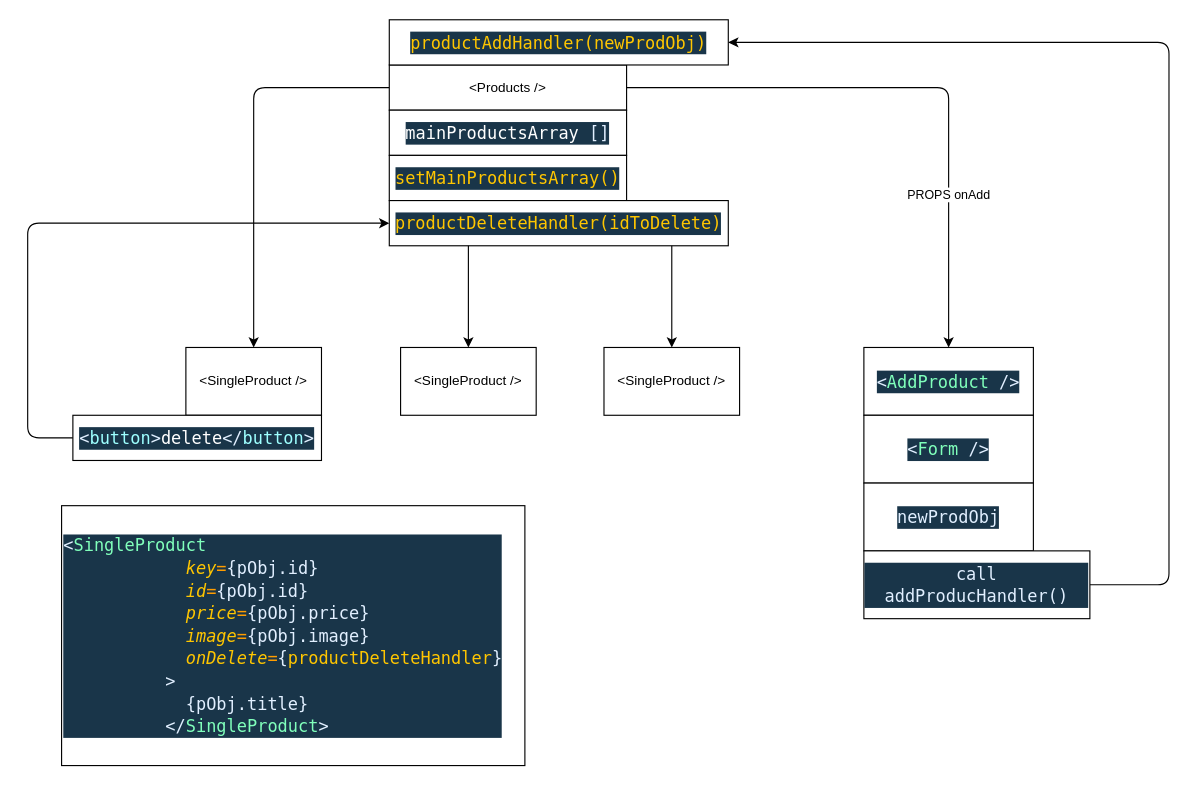
Above: draw.drawio in MariusCodeAcademy/feu2-07_r_useEffect_customHook (draw.io), before the change. Source tidied: cells renumbered, new cells numbered last; positions are measured from the earlier drawing's top-left corner, leaving out a move shared by most shapes. Both pictures are drawn from the tidied source at 113%, with x=0, y=0 at pixel (27, 19).
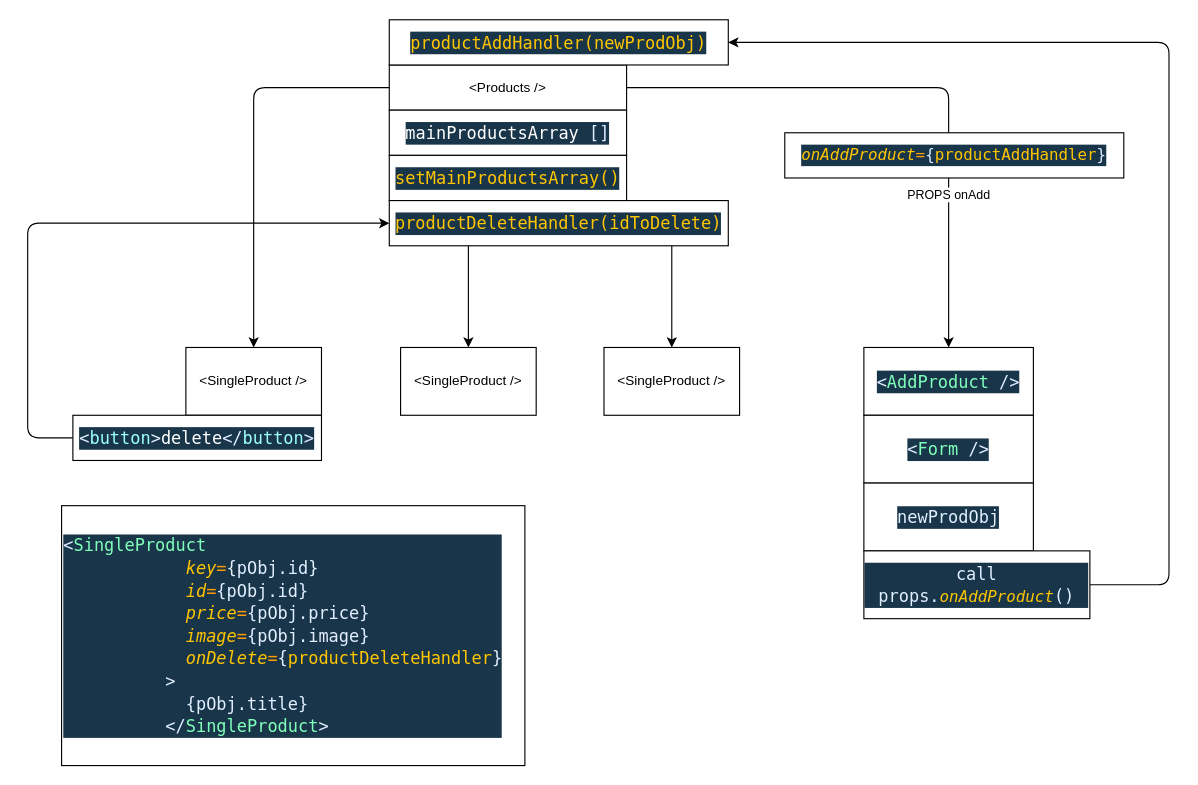
After the change.

What changed in the source:
```diff
@@
-    <mxCell id="22" value="&lt;div style=&quot;background-color: rgb(25 , 53 , 73) ; font-family: &amp;#34;cascadia code&amp;#34; , &amp;#34;menlo&amp;#34; , &amp;#34;monaco&amp;#34; , &amp;#34;courier new&amp;#34; , monospace , &amp;#34;consolas&amp;#34; , &amp;#34;courier new&amp;#34; , monospace ; font-size: 15px ; line-height: 20px&quot;&gt;&lt;font color=&quot;#e1efff&quot;&gt;call addProducHandler()&lt;/font&gt;&lt;/div&gt;" style="rounded=0;whiteSpace=wrap;html=1;" parent="1" vertex="1">
+    <mxCell id="22" value="&lt;div style=&quot;background-color: rgb(25 , 53 , 73) ; font-family: &amp;#34;cascadia code&amp;#34; , &amp;#34;menlo&amp;#34; , &amp;#34;monaco&amp;#34; , &amp;#34;courier new&amp;#34; , monospace , &amp;#34;consolas&amp;#34; , &amp;#34;courier new&amp;#34; , monospace ; font-size: 15px ; line-height: 20px&quot;&gt;&lt;font color=&quot;#e1efff&quot;&gt;call props.&lt;/font&gt;&lt;span style=&quot;color: rgb(255 , 198 , 0) ; font-size: 14px ; font-style: italic&quot;&gt;onAddProduct&lt;/span&gt;&lt;font color=&quot;#e1efff&quot;&gt;()&lt;/font&gt;&lt;/div&gt;" style="rounded=0;whiteSpace=wrap;html=1;" parent="1" vertex="1">
       <mxGeometry x="740" y="470" width="200" height="60" as="geometry" />
     </mxCell>
+    <mxCell id="23" value="&lt;div style=&quot;background-color: rgb(25 , 53 , 73) ; font-family: &amp;#34;cascadia code&amp;#34; , &amp;#34;menlo&amp;#34; , &amp;#34;monaco&amp;#34; , &amp;#34;courier new&amp;#34; , monospace , &amp;#34;consolas&amp;#34; , &amp;#34;courier new&amp;#34; , monospace ; font-size: 15px ; line-height: 20px&quot;&gt;&lt;div style=&quot;color: rgb(255 , 255 , 255) ; font-family: &amp;#34;cascadia code&amp;#34; , &amp;#34;menlo&amp;#34; , &amp;#34;monaco&amp;#34; , &amp;#34;courier new&amp;#34; , monospace , &amp;#34;consolas&amp;#34; , &amp;#34;courier new&amp;#34; , monospace ; font-size: 14px ; line-height: 19px&quot;&gt;&lt;span style=&quot;color: #ffc600 ; font-style: italic&quot;&gt;onAddProduct&lt;/span&gt;&lt;span style=&quot;color: #ff9d00&quot;&gt;=&lt;/span&gt;&lt;span style=&quot;color: #e1efff&quot;&gt;{&lt;/span&gt;&lt;span style=&quot;color: #ffc600&quot;&gt;productAddHandler&lt;/span&gt;&lt;span style=&quot;color: #e1efff&quot;&gt;}&lt;/span&gt;&lt;/div&gt;&lt;/div&gt;" style="rounded=0;whiteSpace=wrap;html=1;" parent="1" vertex="1">
+      <mxGeometry x="670" y="100" width="300" height="40" as="geometry" />
+    </mxCell>
```
